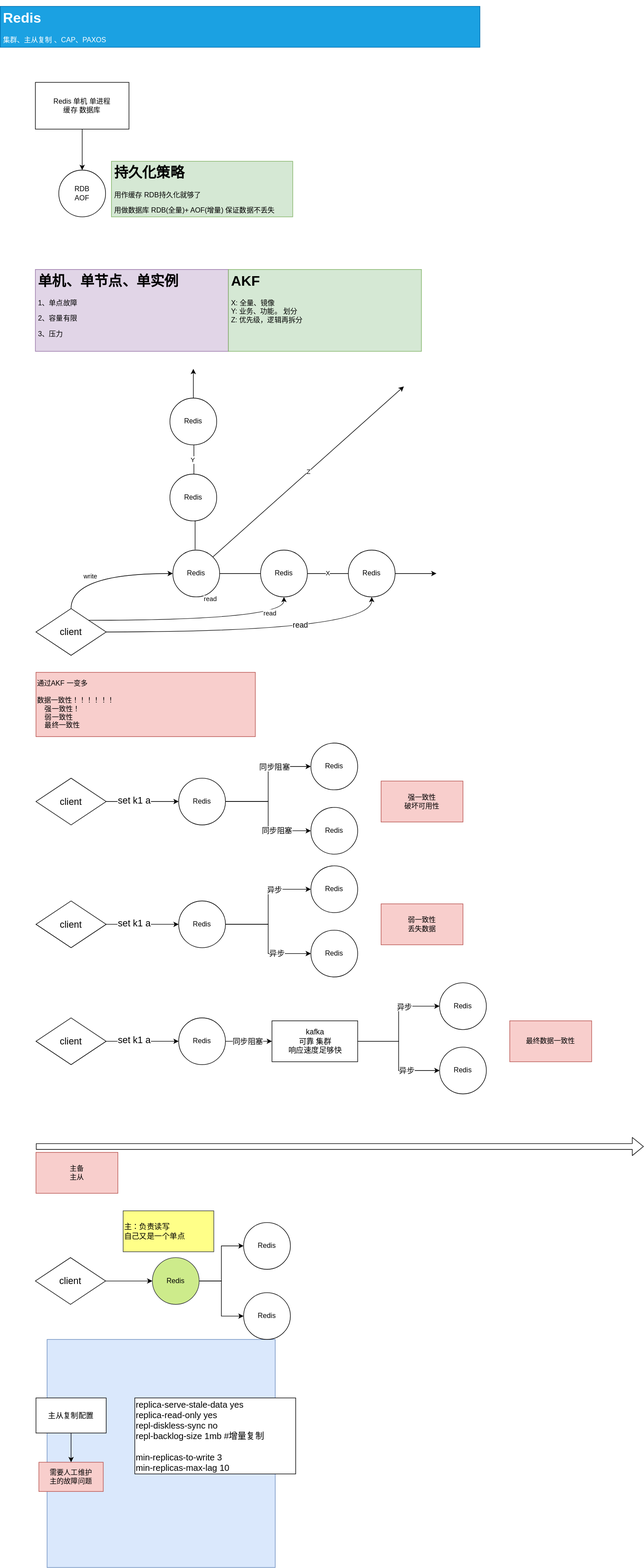
This is redis集群.svg from anDongCoder/draw-io, a draw.io export, as it was before one commit. Source tidied: cells renumbered, new cells last; positions are measured from the earlier drawing's top-left corner, leaving out a move shared by most shapes.
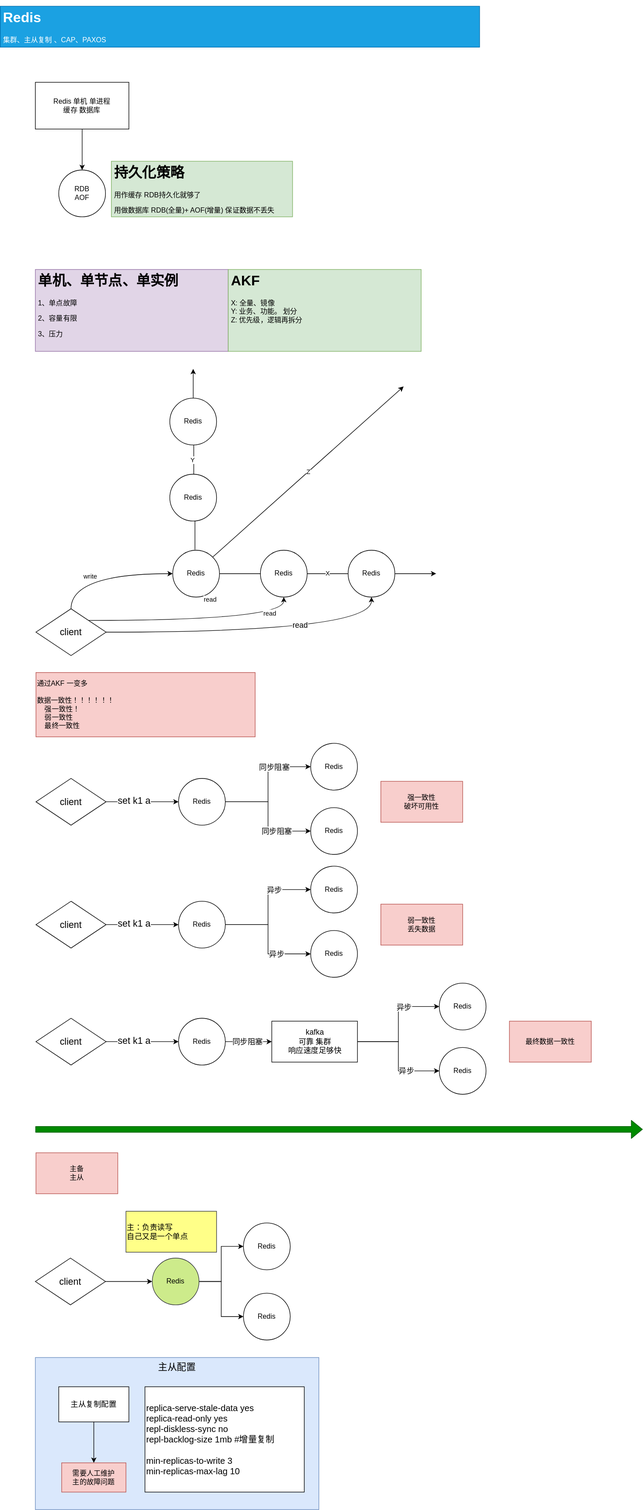
Later version of the same file.

Change to the diagram source:
```diff
@@ -2,9 +2,9 @@
   <root>
     <mxCell id="0" />
     <mxCell id="1" parent="0" />
-    <mxCell id="2" style="whiteSpace=wrap;html=1;fontSize=15;fillColor=#dae8fc;align=center;verticalAlign=middle;strokeColor=#6c8ebf;" parent="1" vertex="1">
-      <mxGeometry x="80" y="2280" width="390" height="390" as="geometry" />
-    </mxCell>
+    <mxCell id="82" value="主从配置" style="rounded=0;whiteSpace=wrap;html=1;fillColor=#dae8fc;strokeColor=#6c8ebf;align=center;verticalAlign=top;fontSize=16;" parent="1" vertex="1">
+      <mxGeometry x="60" y="2310" width="485" height="260" as="geometry" />
+    </mxCell>
     <mxCell id="3" value="&lt;h1&gt;Redis&lt;/h1&gt;&lt;p&gt;集群、主从复制 、CAP、PAXOS&lt;/p&gt;" style="text;html=1;strokeColor=#006EAF;fillColor=#1ba1e2;spacing=5;spacingTop=-20;whiteSpace=wrap;overflow=hidden;rounded=0;fontColor=#ffffff;" parent="1" vertex="1">
       <mxGeometry width="820" height="70" as="geometry" />
     </mxCell>
@@ -221,10 +221,10 @@
     <mxCell id="70" value="Redis&lt;div style=&quot;text-align: justify&quot;&gt;&lt;/div&gt;" style="ellipse;whiteSpace=wrap;html=1;fillColor=#cdeb8b;align=center;verticalAlign=middle;strokeColor=#36393d;" parent="1" vertex="1">
       <mxGeometry x="260" y="2140" width="80" height="80" as="geometry" />
     </mxCell>
-    <mxCell id="71" style="shape=flexArrow;endArrow=classic;html=1;fontSize=13;" parent="1" edge="1">
+    <mxCell id="71" style="shape=flexArrow;endArrow=classic;html=1;fontSize=13;fillColor=#008a00;strokeColor=#005700;" parent="1" edge="1">
       <mxGeometry relative="1" as="geometry">
-        <mxPoint x="61" y="1950" as="sourcePoint" />
-        <mxPoint x="1100" y="1950" as="targetPoint" />
+        <mxPoint x="60" y="1920" as="sourcePoint" />
+        <mxPoint x="1099" y="1920" as="targetPoint" />
       </mxGeometry>
     </mxCell>
     <mxCell id="72" style="edgeStyle=orthogonalEdgeStyle;rounded=0;jettySize=auto;html=1;exitX=1;exitY=0.5;exitDx=0;exitDy=0;fontSize=13;" parent="1" edge="1" source="73" target="70">
@@ -243,19 +243,19 @@
       <mxGeometry x="61" y="1960" width="140" height="70" as="geometry" />
     </mxCell>
     <mxCell id="77" value="主：负责读写&lt;br&gt;自己又是一个单点" style="text;html=1;strokeColor=#36393d;fillColor=#ffff88;align=left;verticalAlign=middle;whiteSpace=wrap;rounded=0;fontSize=13;" parent="1" vertex="1">
-      <mxGeometry x="210" y="2060" width="155" height="70" as="geometry" />
+      <mxGeometry x="215" y="2060" width="155" height="70" as="geometry" />
     </mxCell>
     <mxCell id="78" style="edgeStyle=orthogonalEdgeStyle;rounded=0;jettySize=auto;html=1;exitX=0.5;exitY=1;exitDx=0;exitDy=0;entryX=0.5;entryY=0;entryDx=0;entryDy=0;fontSize=13;" parent="1" edge="1" source="79" target="81">
       <mxGeometry relative="1" as="geometry" />
     </mxCell>
     <mxCell id="79" value="主从复制配置" style="rounded=0;whiteSpace=wrap;html=1;fontSize=13;fillColor=#FFFFFF;align=center;verticalAlign=middle;" parent="1" vertex="1">
-      <mxGeometry x="61" y="2380" width="120" height="60" as="geometry" />
+      <mxGeometry x="100" y="2360" width="120" height="60" as="geometry" />
     </mxCell>
     <mxCell id="80" value="replica-serve-stale-data yes&lt;br style=&quot;font-size: 15px&quot;&gt;replica-read-only yes&lt;br style=&quot;font-size: 15px&quot;&gt;repl-diskless-sync no&lt;br style=&quot;font-size: 15px&quot;&gt;repl-backlog-size 1mb #增量复制&lt;br style=&quot;font-size: 15px&quot;&gt;&lt;br style=&quot;font-size: 15px&quot;&gt;min-replicas-to-write 3&lt;br style=&quot;font-size: 15px&quot;&gt;min-replicas-max-lag 10" style="rounded=0;whiteSpace=wrap;html=1;fontSize=15;fillColor=#FFFFFF;align=left;verticalAlign=middle;" parent="1" vertex="1">
-      <mxGeometry x="230" y="2380" width="275" height="130" as="geometry" />
+      <mxGeometry x="247.5" y="2360" width="272.5" height="180" as="geometry" />
     </mxCell>
     <mxCell id="81" value="需要人工维护&lt;br&gt;主的故障问题" style="text;html=1;strokeColor=#b85450;fillColor=#f8cecc;align=center;verticalAlign=middle;whiteSpace=wrap;rounded=0;" parent="1" vertex="1">
-      <mxGeometry x="66" y="2490" width="110" height="50" as="geometry" />
+      <mxGeometry x="105" y="2490" width="110" height="50" as="geometry" />
     </mxCell>
   </root>
 </mxGraphModel>
```
